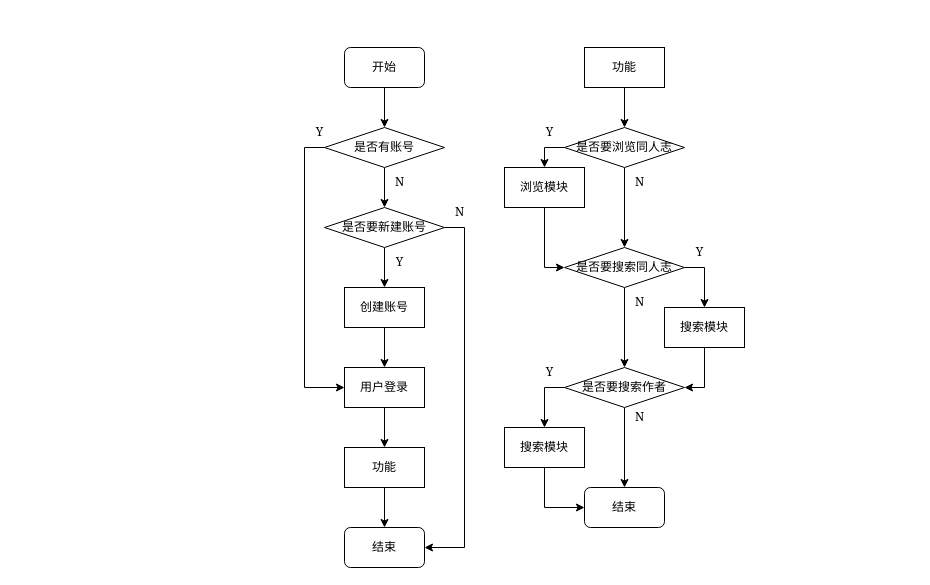
Before: doc/流程图.drawio in Sakwya/doujinshi-site, a draw.io diagram. Source tidied: cells renumbered, new cells numbered last; positions are measured from the earlier drawing's top-left corner, leaving out a move shared by most shapes. Both pictures are drawn from the tidied source at 100%, with x=0, y=0 at pixel (304, 47).
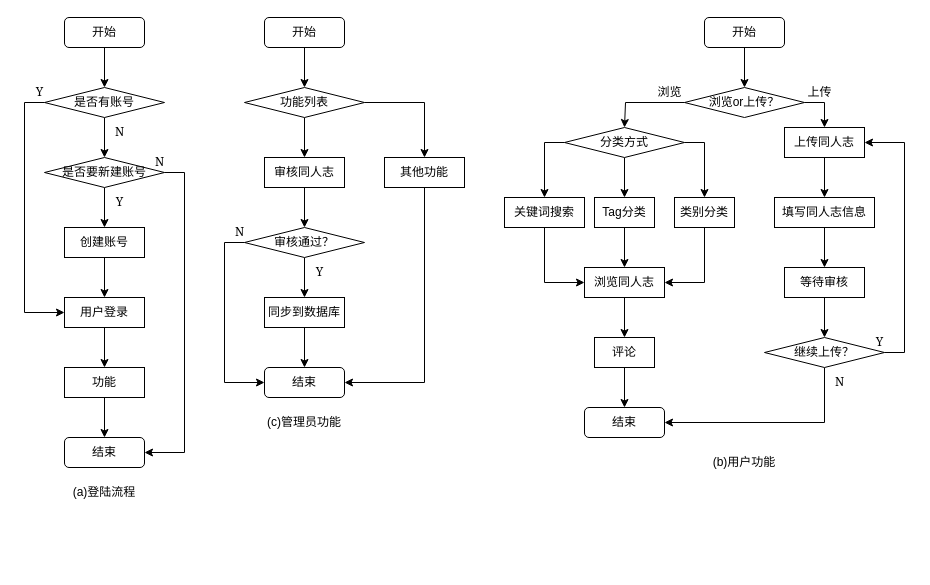
The same diagram, later.

What changed in the source:
```diff
@@
     <mxCell id="3" value="开始" style="rounded=1;whiteSpace=wrap;html=1;" parent="1" vertex="1">
-      <mxGeometry x="40" width="80" height="40" as="geometry" />
+      <mxGeometry x="-240" y="-30" width="80" height="30" as="geometry" />
     </mxCell>
     <mxCell id="4" value="结束" style="rounded=1;whiteSpace=wrap;html=1;" parent="1" vertex="1">
-      <mxGeometry x="40" y="480" width="80" height="40" as="geometry" />
+      <mxGeometry x="-240" y="390" width="80" height="30" as="geometry" />
     </mxCell>
@@
     <mxCell id="7" value="是否有账号" style="rhombus;whiteSpace=wrap;html=1;" parent="1" vertex="1">
-      <mxGeometry x="20" y="80" width="120" height="40" as="geometry" />
+      <mxGeometry x="-260" y="40" width="120" height="30" as="geometry" />
     </mxCell>
@@
     <mxCell id="9" value="用户登录" style="rounded=0;whiteSpace=wrap;html=1;" parent="1" vertex="1">
-      <mxGeometry x="40" y="320" width="80" height="40" as="geometry" />
+      <mxGeometry x="-240" y="250" width="80" height="30" as="geometry" />
     </mxCell>
@@
     <mxCell id="11" value="创建账号" style="rounded=0;whiteSpace=wrap;html=1;" parent="1" vertex="1">
-      <mxGeometry x="40" y="240" width="80" height="40" as="geometry" />
+      <mxGeometry x="-240" y="180" width="80" height="30" as="geometry" />
     </mxCell>
     <mxCell id="12" value="&lt;font face=&quot;Georgia&quot;&gt;Y&lt;/font&gt;" style="text;html=1;align=center;verticalAlign=middle;strokeColor=none;fillColor=none;" parent="1" vertex="1">
-      <mxGeometry x="80" y="200" width="30" height="30" as="geometry" />
+      <mxGeometry x="-200" y="140" width="30" height="30" as="geometry" />
     </mxCell>
     <mxCell id="13" value="&lt;font face=&quot;Georgia&quot;&gt;N&lt;/font&gt;" style="text;html=1;align=center;verticalAlign=middle;strokeColor=none;fillColor=none;" parent="1" vertex="1">
-      <mxGeometry x="140" y="150" width="30" height="30" as="geometry" />
+      <mxGeometry x="-160" y="100" width="30" height="30" as="geometry" />
     </mxCell>
     <mxCell id="14" value="&lt;font face=&quot;Georgia&quot;&gt;Y&lt;/font&gt;" style="text;html=1;align=center;verticalAlign=middle;strokeColor=none;fillColor=none;" parent="1" vertex="1">
-      <mxGeometry y="70" width="30" height="30" as="geometry" />
+      <mxGeometry x="-280" y="30" width="30" height="30" as="geometry" />
     </mxCell>
-    <mxCell id="15" value="&lt;font face=&quot;Georgia&quot;&gt;Y&lt;/font&gt;" style="text;html=1;align=center;verticalAlign=middle;strokeColor=none;fillColor=none;" parent="1" vertex="1">
-      <mxGeometry x="230" y="310" width="30" height="30" as="geometry" />
-    </mxCell>
     <mxCell id="16" value="&lt;font face=&quot;Georgia&quot;&gt;N&lt;/font&gt;" style="text;html=1;align=center;verticalAlign=middle;strokeColor=none;fillColor=none;" parent="1" vertex="1">
-      <mxGeometry x="80" y="120" width="30" height="30" as="geometry" />
+      <mxGeometry x="-200" y="70" width="30" height="30" as="geometry" />
     </mxCell>
-    <mxCell id="17" value="&lt;font face=&quot;Georgia&quot;&gt;Y&lt;/font&gt;" style="text;html=1;align=center;verticalAlign=middle;strokeColor=none;fillColor=none;" parent="1" vertex="1">
-      <mxGeometry x="380" y="190" width="30" height="30" as="geometry" />
-    </mxCell>
-    <mxCell id="18" value="&lt;font face=&quot;Georgia&quot;&gt;Y&lt;/font&gt;" style="text;html=1;align=center;verticalAlign=middle;strokeColor=none;fillColor=none;" parent="1" vertex="1">
-      <mxGeometry x="230" y="70" width="30" height="30" as="geometry" />
-    </mxCell>
@@
     <mxCell id="21" value="是否要新建账号" style="rhombus;whiteSpace=wrap;html=1;" parent="1" vertex="1">
-      <mxGeometry x="20" y="160" width="120" height="40" as="geometry" />
+      <mxGeometry x="-260" y="110" width="120" height="30" as="geometry" />
     </mxCell>
-    <mxCell id="22" style="edgeStyle=orthogonalEdgeStyle;rounded=0;jettySize=auto;html=1;exitX=0.5;exitY=1;exitDx=0;exitDy=0;entryX=0.5;entryY=0;entryDx=0;entryDy=0;" parent="1" edge="1" source="24" target="29">
-      <mxGeometry relative="1" as="geometry" />
-    </mxCell>
-    <mxCell id="23" style="edgeStyle=orthogonalEdgeStyle;rounded=0;jettySize=auto;html=1;exitX=0;exitY=0.5;exitDx=0;exitDy=0;entryX=0.5;entryY=0;entryDx=0;entryDy=0;" parent="1" edge="1" source="24" target="39">
-      <mxGeometry relative="1" as="geometry" />
-    </mxCell>
-    <mxCell id="24" value="是否要浏览同人志" style="rhombus;whiteSpace=wrap;html=1;" parent="1" vertex="1">
-      <mxGeometry x="260" y="80" width="120" height="40" as="geometry" />
-    </mxCell>
-    <mxCell id="25" value="&lt;font face=&quot;Georgia&quot;&gt;N&lt;/font&gt;" style="text;html=1;align=center;verticalAlign=middle;strokeColor=none;fillColor=none;" parent="1" vertex="1">
-      <mxGeometry x="320" y="240" width="30" height="30" as="geometry" />
-    </mxCell>
-    <mxCell id="26" value="&lt;font face=&quot;Georgia&quot;&gt;N&lt;/font&gt;" style="text;html=1;align=center;verticalAlign=middle;strokeColor=none;fillColor=none;" parent="1" vertex="1">
-      <mxGeometry x="320" y="120" width="30" height="30" as="geometry" />
-    </mxCell>
-    <mxCell id="27" style="edgeStyle=orthogonalEdgeStyle;rounded=0;jettySize=auto;html=1;exitX=0.5;exitY=1;exitDx=0;exitDy=0;" parent="1" edge="1" source="29" target="32">
-      <mxGeometry relative="1" as="geometry" />
-    </mxCell>
-    <mxCell id="28" style="edgeStyle=orthogonalEdgeStyle;rounded=0;jettySize=auto;html=1;exitX=1;exitY=0.5;exitDx=0;exitDy=0;entryX=0.5;entryY=0;entryDx=0;entryDy=0;" parent="1" edge="1" source="29" target="41">
-      <mxGeometry relative="1" as="geometry" />
-    </mxCell>
-    <mxCell id="29" value="是否要搜索同人志" style="rhombus;whiteSpace=wrap;html=1;" parent="1" vertex="1">
-      <mxGeometry x="260" y="200" width="120" height="40" as="geometry" />
-    </mxCell>
-    <mxCell id="30" style="edgeStyle=orthogonalEdgeStyle;rounded=0;jettySize=auto;html=1;exitX=0.5;exitY=1;exitDx=0;exitDy=0;entryX=0.5;entryY=0;entryDx=0;entryDy=0;" parent="1" edge="1" source="32" target="44">
-      <mxGeometry relative="1" as="geometry" />
-    </mxCell>
-    <mxCell id="31" style="edgeStyle=orthogonalEdgeStyle;rounded=0;jettySize=auto;html=1;exitX=0;exitY=0.5;exitDx=0;exitDy=0;entryX=0.5;entryY=0;entryDx=0;entryDy=0;" parent="1" edge="1" source="32" target="43">
-      <mxGeometry relative="1" as="geometry" />
-    </mxCell>
-    <mxCell id="32" value="是否要搜索作者" style="rhombus;whiteSpace=wrap;html=1;" parent="1" vertex="1">
-      <mxGeometry x="260" y="320" width="120" height="40" as="geometry" />
-    </mxCell>
-    <mxCell id="33" style="edgeStyle=orthogonalEdgeStyle;rounded=0;jettySize=auto;html=1;exitX=0.5;exitY=1;exitDx=0;exitDy=0;" parent="1" edge="1" source="34" target="24">
-      <mxGeometry relative="1" as="geometry" />
-    </mxCell>
-    <mxCell id="34" value="功能" style="rounded=0;whiteSpace=wrap;html=1;" parent="1" vertex="1">
-      <mxGeometry x="280" width="80" height="40" as="geometry" />
-    </mxCell>
@@
     <mxCell id="36" value="功能" style="rounded=0;whiteSpace=wrap;html=1;" parent="1" vertex="1">
-      <mxGeometry x="40" y="400" width="80" height="40" as="geometry" />
+      <mxGeometry x="-240" y="320" width="80" height="30" as="geometry" />
     </mxCell>
-    <mxCell id="37" value="&lt;font face=&quot;Georgia&quot;&gt;N&lt;/font&gt;" style="text;html=1;align=center;verticalAlign=middle;strokeColor=none;fillColor=none;" parent="1" vertex="1">
-      <mxGeometry x="320" y="355" width="30" height="30" as="geometry" />
-    </mxCell>
-    <mxCell id="38" style="edgeStyle=orthogonalEdgeStyle;rounded=0;jettySize=auto;html=1;exitX=0.5;exitY=1;exitDx=0;exitDy=0;entryX=0;entryY=0.5;entryDx=0;entryDy=0;" parent="1" edge="1" source="39" target="29">
-      <mxGeometry relative="1" as="geometry" />
-    </mxCell>
-    <mxCell id="39" value="浏览模块" style="rounded=0;whiteSpace=wrap;html=1;" parent="1" vertex="1">
-      <mxGeometry x="200" y="120" width="80" height="40" as="geometry" />
-    </mxCell>
-    <mxCell id="40" style="edgeStyle=orthogonalEdgeStyle;rounded=0;jettySize=auto;html=1;exitX=0.5;exitY=1;exitDx=0;exitDy=0;entryX=1;entryY=0.5;entryDx=0;entryDy=0;" parent="1" edge="1" source="41" target="32">
-      <mxGeometry relative="1" as="geometry" />
-    </mxCell>
-    <mxCell id="41" value="搜索模块" style="rounded=0;whiteSpace=wrap;html=1;" parent="1" vertex="1">
-      <mxGeometry x="360" y="260" width="80" height="40" as="geometry" />
-    </mxCell>
-    <mxCell id="42" style="edgeStyle=orthogonalEdgeStyle;rounded=0;jettySize=auto;html=1;exitX=0.5;exitY=1;exitDx=0;exitDy=0;entryX=0;entryY=0.5;entryDx=0;entryDy=0;" parent="1" edge="1" source="43" target="44">
-      <mxGeometry relative="1" as="geometry" />
-    </mxCell>
-    <mxCell id="43" value="搜索模块" style="rounded=0;whiteSpace=wrap;html=1;" parent="1" vertex="1">
-      <mxGeometry x="200" y="380" width="80" height="40" as="geometry" />
-    </mxCell>
-    <mxCell id="44" value="结束" style="rounded=1;whiteSpace=wrap;html=1;" parent="1" vertex="1">
-      <mxGeometry x="280" y="440" width="80" height="40" as="geometry" />
-    </mxCell>
+    <mxCell id="45" style="edgeStyle=orthogonalEdgeStyle;rounded=0;jettySize=auto;html=1;exitX=0.5;exitY=1;exitDx=0;exitDy=0;entryX=0.5;entryY=0;entryDx=0;entryDy=0;" parent="1" edge="1" source="46" target="48">
+      <mxGeometry relative="1" as="geometry" />
+    </mxCell>
+    <mxCell id="46" value="上传同人志" style="rounded=0;whiteSpace=wrap;html=1;" parent="1" vertex="1">
+      <mxGeometry x="480" y="80" width="80" height="30" as="geometry" />
+    </mxCell>
+    <mxCell id="47" style="edgeStyle=orthogonalEdgeStyle;rounded=0;jettySize=auto;html=1;exitX=0.5;exitY=1;exitDx=0;exitDy=0;entryX=0.5;entryY=0;entryDx=0;entryDy=0;" parent="1" edge="1" source="48" target="50">
+      <mxGeometry relative="1" as="geometry" />
+    </mxCell>
+    <mxCell id="48" value="填写同人志信息" style="rounded=0;whiteSpace=wrap;html=1;" parent="1" vertex="1">
+      <mxGeometry x="470" y="150" width="100" height="30" as="geometry" />
+    </mxCell>
+    <mxCell id="49" style="edgeStyle=orthogonalEdgeStyle;rounded=0;jettySize=auto;html=1;exitX=0.5;exitY=1;exitDx=0;exitDy=0;entryX=0.5;entryY=0;entryDx=0;entryDy=0;" parent="1" edge="1" source="50" target="58">
+      <mxGeometry relative="1" as="geometry" />
+    </mxCell>
+    <mxCell id="50" value="等待审核" style="rounded=0;whiteSpace=wrap;html=1;" parent="1" vertex="1">
+      <mxGeometry x="480" y="220" width="80" height="30" as="geometry" />
+    </mxCell>
+    <mxCell id="51" style="edgeStyle=orthogonalEdgeStyle;rounded=0;jettySize=auto;html=1;exitX=1;exitY=0.5;exitDx=0;exitDy=0;entryX=0.5;entryY=0;entryDx=0;entryDy=0;" parent="1" edge="1" source="53" target="46">
+      <mxGeometry relative="1" as="geometry" />
+    </mxCell>
+    <mxCell id="52" style="edgeStyle=orthogonalEdgeStyle;rounded=0;jettySize=auto;html=1;exitX=0;exitY=0.5;exitDx=0;exitDy=0;entryX=0.5;entryY=0;entryDx=0;entryDy=0;" parent="1" edge="1" source="53" target="65">
+      <mxGeometry relative="1" as="geometry">
+        <Array as="points">
+          <mxPoint x="321" y="55" />
+        </Array>
+      </mxGeometry>
+    </mxCell>
+    <mxCell id="53" value="浏览or上传？" style="rhombus;whiteSpace=wrap;html=1;" parent="1" vertex="1">
+      <mxGeometry x="380" y="40" width="120" height="30" as="geometry" />
+    </mxCell>
+    <mxCell id="54" value="&lt;font face=&quot;Georgia&quot;&gt;浏览&lt;br&gt;&lt;/font&gt;" style="text;html=1;align=center;verticalAlign=middle;strokeColor=none;fillColor=none;" parent="1" vertex="1">
+      <mxGeometry x="340" y="30" width="50" height="30" as="geometry" />
+    </mxCell>
+    <mxCell id="55" value="&lt;font face=&quot;Georgia&quot;&gt;上传&lt;br&gt;&lt;/font&gt;" style="text;html=1;align=center;verticalAlign=middle;strokeColor=none;fillColor=none;" parent="1" vertex="1">
+      <mxGeometry x="490" y="30" width="50" height="30" as="geometry" />
+    </mxCell>
+    <mxCell id="56" style="edgeStyle=orthogonalEdgeStyle;rounded=0;jettySize=auto;html=1;exitX=1;exitY=0.5;exitDx=0;exitDy=0;entryX=1;entryY=0.5;entryDx=0;entryDy=0;" parent="1" edge="1" source="58" target="46">
+      <mxGeometry relative="1" as="geometry" />
+    </mxCell>
+    <mxCell id="57" style="edgeStyle=orthogonalEdgeStyle;rounded=0;jettySize=auto;html=1;exitX=0.5;exitY=1;exitDx=0;exitDy=0;entryX=1;entryY=0.5;entryDx=0;entryDy=0;" parent="1" edge="1" source="58" target="60">
+      <mxGeometry relative="1" as="geometry" />
+    </mxCell>
+    <mxCell id="58" value="继续上传？" style="rhombus;whiteSpace=wrap;html=1;" parent="1" vertex="1">
+      <mxGeometry x="460" y="290" width="120" height="30" as="geometry" />
+    </mxCell>
+    <mxCell id="59" value="&lt;font face=&quot;Georgia&quot;&gt;Y&lt;/font&gt;" style="text;html=1;align=center;verticalAlign=middle;strokeColor=none;fillColor=none;" parent="1" vertex="1">
+      <mxGeometry x="560" y="280" width="30" height="30" as="geometry" />
+    </mxCell>
+    <mxCell id="60" value="结束" style="rounded=1;whiteSpace=wrap;html=1;" parent="1" vertex="1">
+      <mxGeometry x="280" y="360" width="80" height="30" as="geometry" />
+    </mxCell>
+    <mxCell id="61" value="&lt;font face=&quot;Georgia&quot;&gt;N&lt;/font&gt;" style="text;html=1;align=center;verticalAlign=middle;strokeColor=none;fillColor=none;" parent="1" vertex="1">
+      <mxGeometry x="520" y="320" width="30" height="30" as="geometry" />
+    </mxCell>
+    <mxCell id="62" style="edgeStyle=orthogonalEdgeStyle;rounded=0;jettySize=auto;html=1;exitX=0;exitY=0.5;exitDx=0;exitDy=0;entryX=0.5;entryY=0;entryDx=0;entryDy=0;" parent="1" edge="1" source="65" target="69">
+      <mxGeometry relative="1" as="geometry" />
+    </mxCell>
+    <mxCell id="63" style="edgeStyle=orthogonalEdgeStyle;rounded=0;jettySize=auto;html=1;exitX=0.5;exitY=1;exitDx=0;exitDy=0;entryX=0.5;entryY=0;entryDx=0;entryDy=0;" parent="1" edge="1" source="65" target="67">
+      <mxGeometry relative="1" as="geometry" />
+    </mxCell>
+    <mxCell id="64" style="edgeStyle=orthogonalEdgeStyle;rounded=0;jettySize=auto;html=1;exitX=1;exitY=0.5;exitDx=0;exitDy=0;entryX=0.5;entryY=0;entryDx=0;entryDy=0;" parent="1" edge="1" source="65" target="71">
+      <mxGeometry relative="1" as="geometry" />
+    </mxCell>
+    <mxCell id="65" value="分类方式" style="rhombus;whiteSpace=wrap;html=1;" parent="1" vertex="1">
+      <mxGeometry x="260" y="80" width="120" height="30" as="geometry" />
+    </mxCell>
+    <mxCell id="66" style="edgeStyle=orthogonalEdgeStyle;rounded=0;jettySize=auto;html=1;exitX=0.5;exitY=1;exitDx=0;exitDy=0;entryX=0.5;entryY=0;entryDx=0;entryDy=0;" parent="1" edge="1" source="67" target="73">
+      <mxGeometry relative="1" as="geometry" />
+    </mxCell>
+    <mxCell id="67" value="Tag分类" style="rounded=0;whiteSpace=wrap;html=1;" parent="1" vertex="1">
+      <mxGeometry x="290" y="150" width="60" height="30" as="geometry" />
+    </mxCell>
+    <mxCell id="68" style="edgeStyle=orthogonalEdgeStyle;rounded=0;jettySize=auto;html=1;exitX=0.5;exitY=1;exitDx=0;exitDy=0;entryX=0;entryY=0.5;entryDx=0;entryDy=0;" parent="1" edge="1" source="69" target="73">
+      <mxGeometry relative="1" as="geometry" />
+    </mxCell>
+    <mxCell id="69" value="关键词搜索" style="rounded=0;whiteSpace=wrap;html=1;" parent="1" vertex="1">
+      <mxGeometry x="200" y="150" width="80" height="30" as="geometry" />
+    </mxCell>
+    <mxCell id="70" style="edgeStyle=orthogonalEdgeStyle;rounded=0;jettySize=auto;html=1;exitX=0.5;exitY=1;exitDx=0;exitDy=0;entryX=1;entryY=0.5;entryDx=0;entryDy=0;" parent="1" edge="1" source="71" target="73">
+      <mxGeometry relative="1" as="geometry" />
+    </mxCell>
+    <mxCell id="71" value="类别分类" style="rounded=0;whiteSpace=wrap;html=1;" parent="1" vertex="1">
+      <mxGeometry x="370" y="150" width="60" height="30" as="geometry" />
+    </mxCell>
+    <mxCell id="72" style="edgeStyle=orthogonalEdgeStyle;rounded=0;jettySize=auto;html=1;exitX=0.5;exitY=1;exitDx=0;exitDy=0;entryX=0.5;entryY=0;entryDx=0;entryDy=0;" parent="1" edge="1" source="73" target="90">
+      <mxGeometry relative="1" as="geometry" />
+    </mxCell>
+    <mxCell id="73" value="浏览同人志" style="rounded=0;whiteSpace=wrap;html=1;" parent="1" vertex="1">
+      <mxGeometry x="280" y="220" width="80" height="30" as="geometry" />
+    </mxCell>
+    <mxCell id="74" style="edgeStyle=orthogonalEdgeStyle;rounded=0;jettySize=auto;html=1;exitX=0.5;exitY=1;exitDx=0;exitDy=0;entryX=0.5;entryY=0;entryDx=0;entryDy=0;" parent="1" edge="1" source="76" target="78">
+      <mxGeometry relative="1" as="geometry" />
+    </mxCell>
+    <mxCell id="75" style="edgeStyle=orthogonalEdgeStyle;rounded=0;jettySize=auto;html=1;exitX=1;exitY=0.5;exitDx=0;exitDy=0;entryX=0.5;entryY=0;entryDx=0;entryDy=0;" parent="1" edge="1" source="76" target="88">
+      <mxGeometry relative="1" as="geometry" />
+    </mxCell>
+    <mxCell id="76" value="功能列表" style="rhombus;whiteSpace=wrap;html=1;" parent="1" vertex="1">
+      <mxGeometry x="-60" y="40" width="120" height="30" as="geometry" />
+    </mxCell>
+    <mxCell id="77" style="edgeStyle=orthogonalEdgeStyle;rounded=0;jettySize=auto;html=1;exitX=0.5;exitY=1;exitDx=0;exitDy=0;entryX=0.5;entryY=0;entryDx=0;entryDy=0;" parent="1" edge="1" source="78" target="81">
+      <mxGeometry relative="1" as="geometry" />
+    </mxCell>
+    <mxCell id="78" value="审核同人志" style="rounded=0;whiteSpace=wrap;html=1;" parent="1" vertex="1">
+      <mxGeometry x="-40" y="110" width="80" height="30" as="geometry" />
+    </mxCell>
+    <mxCell id="79" style="edgeStyle=orthogonalEdgeStyle;rounded=0;jettySize=auto;html=1;exitX=0.5;exitY=1;exitDx=0;exitDy=0;entryX=0.5;entryY=0;entryDx=0;entryDy=0;" parent="1" edge="1" source="81" target="83">
+      <mxGeometry relative="1" as="geometry" />
+    </mxCell>
+    <mxCell id="80" style="edgeStyle=orthogonalEdgeStyle;rounded=0;jettySize=auto;html=1;exitX=0;exitY=0.5;exitDx=0;exitDy=0;entryX=0;entryY=0.5;entryDx=0;entryDy=0;" parent="1" edge="1" source="81" target="85">
+      <mxGeometry relative="1" as="geometry" />
+    </mxCell>
+    <mxCell id="81" value="审核通过？" style="rhombus;whiteSpace=wrap;html=1;" parent="1" vertex="1">
+      <mxGeometry x="-60" y="180" width="120" height="30" as="geometry" />
+    </mxCell>
+    <mxCell id="82" style="edgeStyle=orthogonalEdgeStyle;rounded=0;jettySize=auto;html=1;exitX=0.5;exitY=1;exitDx=0;exitDy=0;entryX=0.5;entryY=0;entryDx=0;entryDy=0;" parent="1" edge="1" source="83" target="85">
+      <mxGeometry relative="1" as="geometry" />
+    </mxCell>
+    <mxCell id="83" value="同步到数据库" style="rounded=0;whiteSpace=wrap;html=1;" parent="1" vertex="1">
+      <mxGeometry x="-40" y="250" width="80" height="30" as="geometry" />
+    </mxCell>
+    <mxCell id="84" value="&lt;font face=&quot;Georgia&quot;&gt;Y&lt;/font&gt;" style="text;html=1;align=center;verticalAlign=middle;strokeColor=none;fillColor=none;" parent="1" vertex="1">
+      <mxGeometry y="210" width="30" height="30" as="geometry" />
+    </mxCell>
+    <mxCell id="85" value="结束" style="rounded=1;whiteSpace=wrap;html=1;" parent="1" vertex="1">
+      <mxGeometry x="-40" y="320" width="80" height="30" as="geometry" />
+    </mxCell>
+    <mxCell id="86" value="&lt;font face=&quot;Georgia&quot;&gt;N&lt;/font&gt;" style="text;html=1;align=center;verticalAlign=middle;strokeColor=none;fillColor=none;" parent="1" vertex="1">
+      <mxGeometry x="-80" y="170" width="30" height="30" as="geometry" />
+    </mxCell>
+    <mxCell id="87" style="edgeStyle=orthogonalEdgeStyle;rounded=0;jettySize=auto;html=1;exitX=0.5;exitY=1;exitDx=0;exitDy=0;entryX=1;entryY=0.5;entryDx=0;entryDy=0;" parent="1" edge="1" source="88" target="85">
+      <mxGeometry relative="1" as="geometry" />
+    </mxCell>
+    <mxCell id="88" value="其他功能" style="rounded=0;whiteSpace=wrap;html=1;" parent="1" vertex="1">
+      <mxGeometry x="80" y="110" width="80" height="30" as="geometry" />
+    </mxCell>
+    <mxCell id="89" style="edgeStyle=orthogonalEdgeStyle;rounded=0;jettySize=auto;html=1;exitX=0.5;exitY=1;exitDx=0;exitDy=0;entryX=0.5;entryY=0;entryDx=0;entryDy=0;" parent="1" edge="1" source="90" target="60">
+      <mxGeometry relative="1" as="geometry" />
+    </mxCell>
+    <mxCell id="90" value="评论" style="rounded=0;whiteSpace=wrap;html=1;" parent="1" vertex="1">
+      <mxGeometry x="290" y="290" width="60" height="30" as="geometry" />
+    </mxCell>
+    <mxCell id="91" style="edgeStyle=orthogonalEdgeStyle;rounded=0;jettySize=auto;html=1;exitX=0.5;exitY=1;exitDx=0;exitDy=0;entryX=0.5;entryY=0;entryDx=0;entryDy=0;" parent="1" edge="1" source="92" target="53">
+      <mxGeometry relative="1" as="geometry" />
+    </mxCell>
+    <mxCell id="92" value="开始" style="rounded=1;whiteSpace=wrap;html=1;" parent="1" vertex="1">
+      <mxGeometry x="400" y="-30" width="80" height="30" as="geometry" />
+    </mxCell>
+    <mxCell id="93" style="edgeStyle=orthogonalEdgeStyle;rounded=0;jettySize=auto;html=1;exitX=0.5;exitY=1;exitDx=0;exitDy=0;entryX=0.5;entryY=0;entryDx=0;entryDy=0;" parent="1" edge="1" source="94" target="76">
+      <mxGeometry relative="1" as="geometry" />
+    </mxCell>
+    <mxCell id="94" value="开始" style="rounded=1;whiteSpace=wrap;html=1;" parent="1" vertex="1">
+      <mxGeometry x="-40" y="-30" width="80" height="30" as="geometry" />
+    </mxCell>
+    <mxCell id="95" value="(a)登陆流程" style="text;html=1;strokeColor=none;fillColor=none;align=center;verticalAlign=middle;whiteSpace=wrap;rounded=0;" parent="1" vertex="1">
+      <mxGeometry x="-240" y="430" width="80" height="30" as="geometry" />
+    </mxCell>
+    <mxCell id="96" value="(b)用户功能" style="text;html=1;strokeColor=none;fillColor=none;align=center;verticalAlign=middle;whiteSpace=wrap;rounded=0;" parent="1" vertex="1">
+      <mxGeometry x="400" y="400" width="80" height="30" as="geometry" />
+    </mxCell>
+    <mxCell id="97" value="(c)管理员功能" style="text;html=1;strokeColor=none;fillColor=none;align=center;verticalAlign=middle;whiteSpace=wrap;rounded=0;" parent="1" vertex="1">
+      <mxGeometry x="-40" y="360" width="80" height="30" as="geometry" />
+    </mxCell>
```
